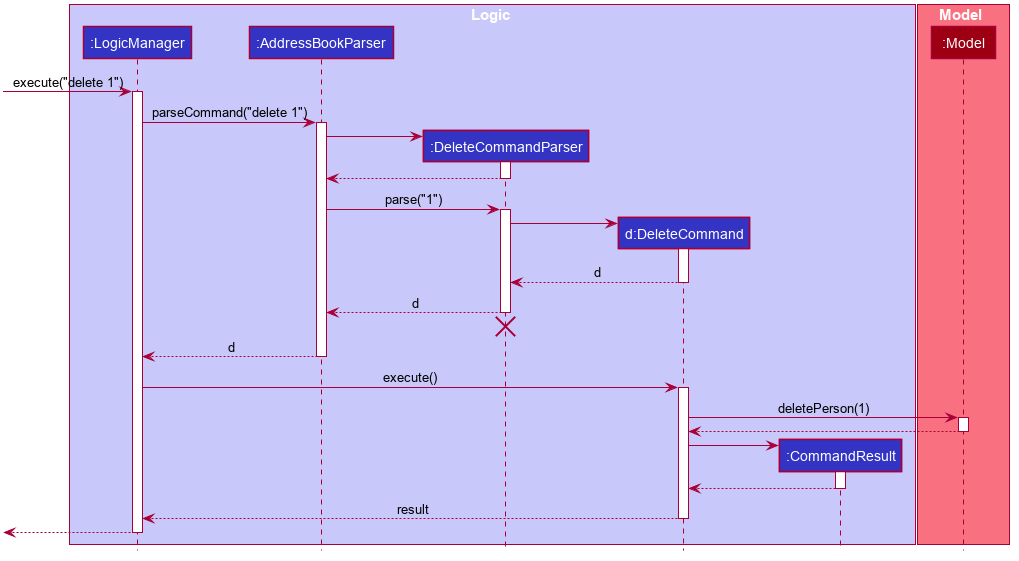
This is docs/images/DeleteSequenceDiagram.png from nus-cs2103-AY2223S2/tp, a PlantUML export, as it was before one commit.
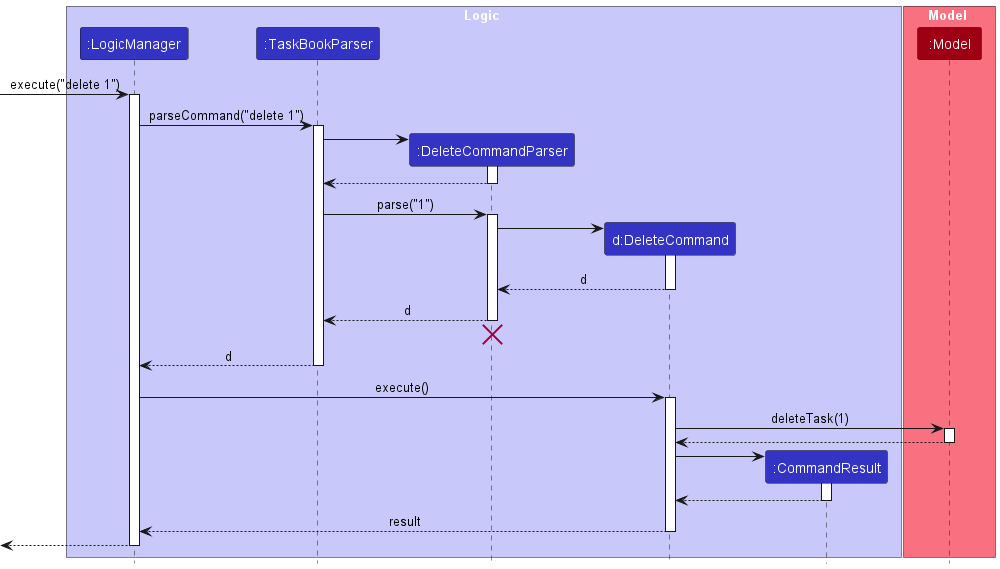
Above is the later version.

Diff of the diagram source:
```diff
@@ -1,79 +1,32 @@
 @startuml
+!include style.puml
 
-
-
-
-
-
-
-
-skinparam BackgroundColor #FFFFFFF
-
-skinparam Shadowing false
-
-skinparam Class {
-    FontColor #FFFFFF
-    BorderThickness 1
-    BorderColor #FFFFFF
-    StereotypeFontColor #FFFFFF
-    FontName Arial
-}
-
-skinparam Actor {
-    BorderColor #000000
-    Color #000000
-    FontName Arial
-}
-
-skinparam Sequence {
-    MessageAlign center
-    BoxFontSize 15
-    BoxPadding 0
-    BoxFontColor #FFFFFF
-    FontName Arial
-}
-
-skinparam Participant {
-    FontColor #FFFFFFF
-    Padding 20
-}
-
-skinparam MinClassWidth 50
-skinparam ParticipantPadding 10
-skinparam Shadowing false
-skinparam DefaultTextAlignment center
-skinparam packageStyle Rectangle
-
-hide footbox
-hide members
-hide circle
-
-box Logic #C8C8FA
-participant ":LogicManager" as LogicManager #3333C4
-participant ":AddressBookParser" as AddressBookParser #3333C4
-participant ":DeleteCommandParser" as DeleteCommandParser #3333C4
-participant "d:DeleteCommand" as DeleteCommand #3333C4
-participant ":CommandResult" as CommandResult #3333C4
+box Logic LOGIC_COLOR_T1
+participant ":LogicManager" as LogicManager LOGIC_COLOR
+participant ":TaskBookParser" as TaskBookParser LOGIC_COLOR
+participant ":DeleteCommandParser" as DeleteCommandParser LOGIC_COLOR
+participant "d:DeleteCommand" as DeleteCommand LOGIC_COLOR
+participant ":CommandResult" as CommandResult LOGIC_COLOR
 end box
 
-box Model #F97181
-participant ":Model" as Model #9D0012
+box Model MODEL_COLOR_T1
+participant ":Model" as Model MODEL_COLOR
 end box
 
 [-> LogicManager : execute("delete 1")
 activate LogicManager
 
-LogicManager -> AddressBookParser : parseCommand("delete 1")
-activate AddressBookParser
+LogicManager -> TaskBookParser : parseCommand("delete 1")
+activate TaskBookParser
 
 create DeleteCommandParser
-AddressBookParser -> DeleteCommandParser
+TaskBookParser -> DeleteCommandParser
 activate DeleteCommandParser
 
-DeleteCommandParser --> AddressBookParser
+DeleteCommandParser --> TaskBookParser
 deactivate DeleteCommandParser
 
-AddressBookParser -> DeleteCommandParser : parse("1")
+TaskBookParser -> DeleteCommandParser : parse("1")
 activate DeleteCommandParser
 
 create DeleteCommand
@@ -83,18 +36,18 @@
 DeleteCommand --> DeleteCommandParser : d
 deactivate DeleteCommand
 
-DeleteCommandParser --> AddressBookParser : d
+DeleteCommandParser --> TaskBookParser : d
 deactivate DeleteCommandParser
-DeleteCommandParser -[hidden]-> AddressBookParser
+DeleteCommandParser -[hidden]-> TaskBookParser
 destroy DeleteCommandParser
 
-AddressBookParser --> LogicManager : d
-deactivate AddressBookParser
+TaskBookParser --> LogicManager : d
+deactivate TaskBookParser
 
 LogicManager -> DeleteCommand : execute()
 activate DeleteCommand
 
-DeleteCommand -> Model : deletePerson(1)
+DeleteCommand -> Model : deleteTask(1)
 activate Model
 
 Model --> DeleteCommand
```
